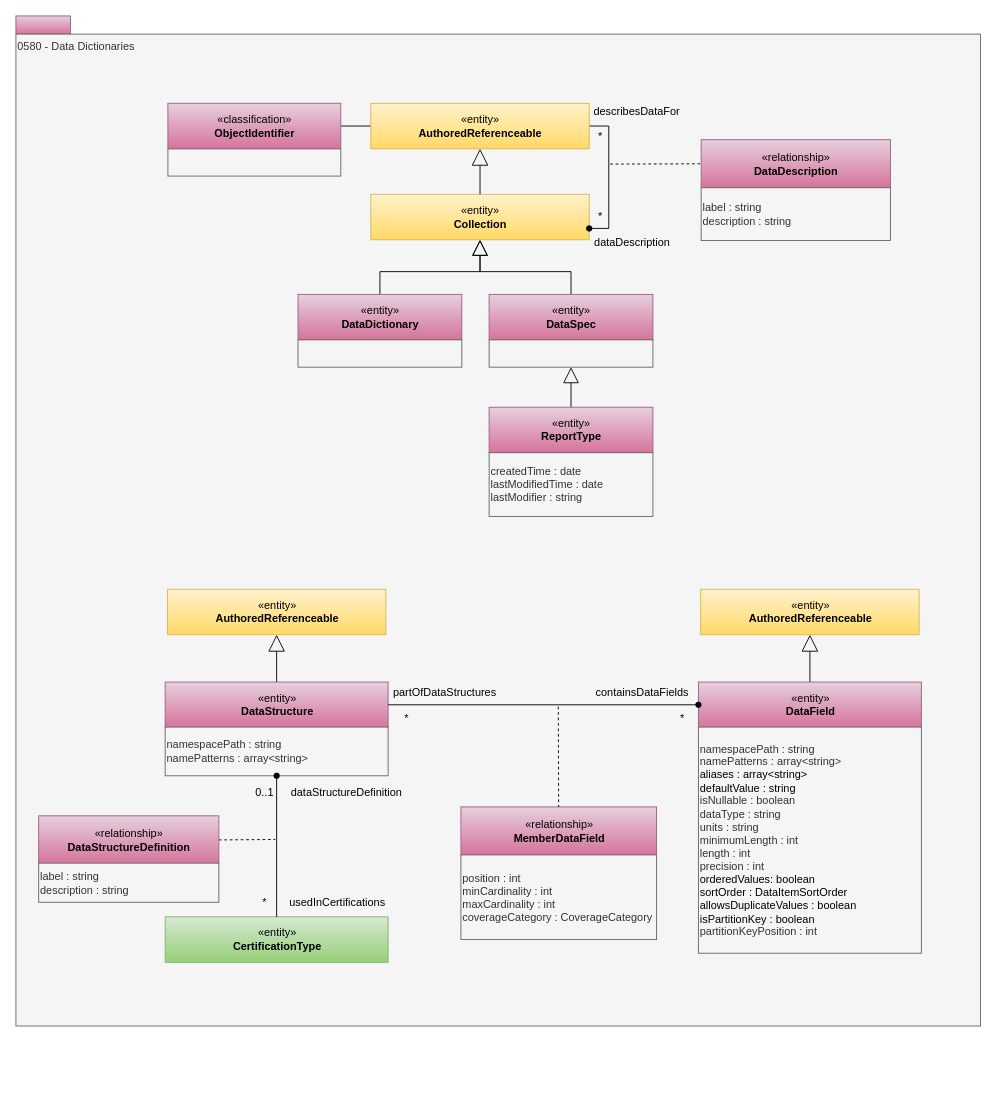
The draw.io diagram page "0580-Data-Dictionaries" (31 of 34) of site/docs/types/5/area-5-models-and-schema.drawio in odpi/egeria-docs, before the edit. Source tidied: cells renumbered, new cells numbered last; positions are measured from the earlier drawing's top-left corner, leaving out a move shared by most shapes. Both pictures are drawn from the tidied source at 91%, with x=0, y=0 at pixel (15, 15).
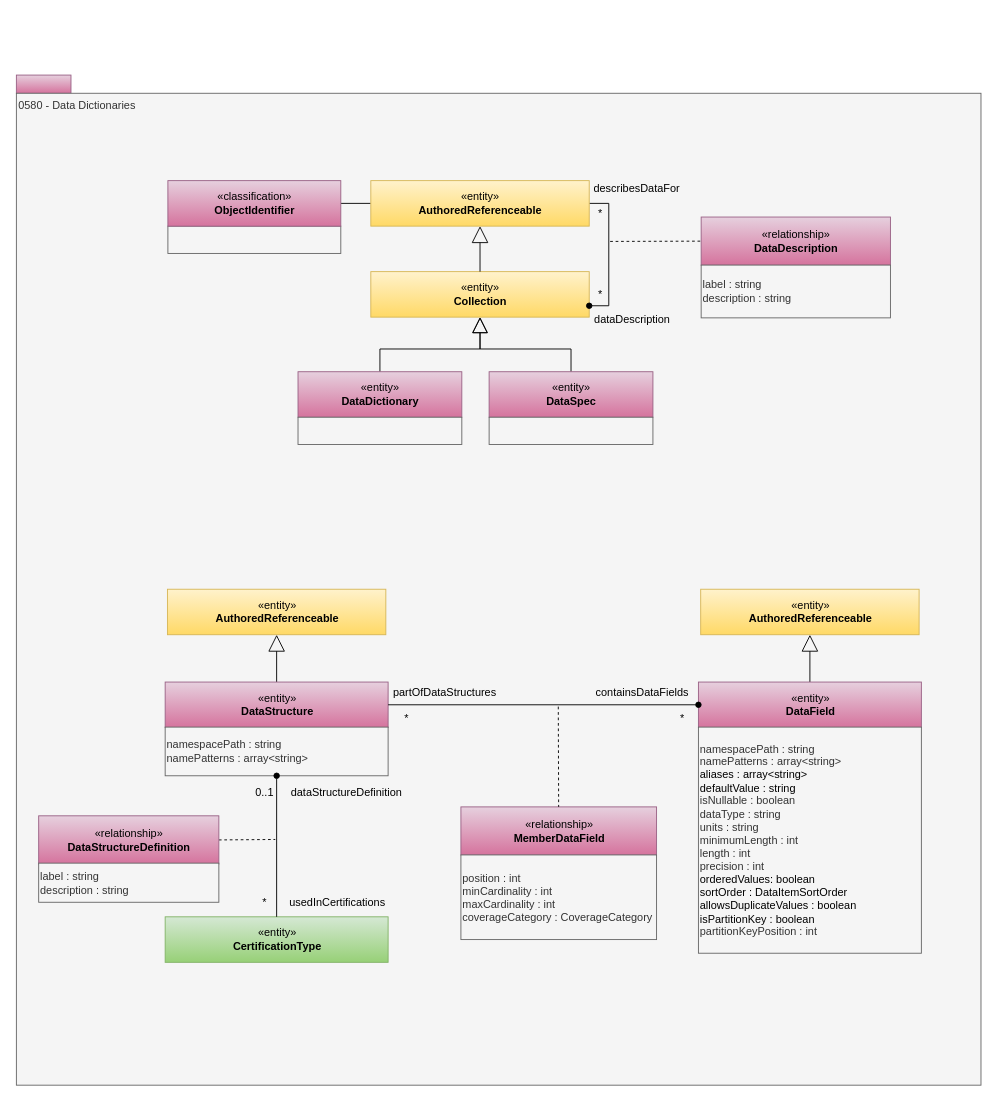
Above is the later version.

What changed in the source:
```diff
@@
     <mxCell id="2" style="rounded=0;whiteSpace=wrap;html=1;align=left;fillColor=#e6d0de;strokeColor=#996185;gradientColor=#d5739d;" parent="1" vertex="1">
-      <mxGeometry width="60" height="20" as="geometry" />
+      <mxGeometry x="0.5" y="65" width="60" height="20" as="geometry" />
     </mxCell>
     <mxCell id="3" value="0580 - Data Dictionaries" style="rounded=0;whiteSpace=wrap;html=1;align=left;verticalAlign=top;fillColor=#f5f5f5;fontColor=#333333;strokeColor=#666666;" parent="1" vertex="1">
-      <mxGeometry y="20" width="1060" height="1090" as="geometry" />
+      <mxGeometry x="0.5" y="85" width="1060" height="1090" as="geometry" />
     </mxCell>
@@
     <mxCell id="9" value="«entity»&lt;br&gt;&lt;b&gt;Collection&lt;/b&gt;" style="html=1;strokeColor=#d6b656;align=center;fillColor=#fff2cc;gradientColor=#ffd966;" parent="1" vertex="1">
-      <mxGeometry x="390" y="196" width="240" height="50" as="geometry" />
+      <mxGeometry x="390" y="281" width="240" height="50" as="geometry" />
     </mxCell>
     <mxCell id="10" value="«entity»&lt;br&gt;&lt;b&gt;DataSpec&lt;/b&gt;" style="html=1;strokeColor=#996185;align=center;fillColor=#e6d0de;gradientColor=#d5739d;" parent="1" vertex="1">
-      <mxGeometry x="520" y="306" width="180" height="50" as="geometry" />
+      <mxGeometry x="520" y="391" width="180" height="50" as="geometry" />
     </mxCell>
     <mxCell id="11" style="rounded=0;whiteSpace=wrap;html=1;align=left;fillColor=#f5f5f5;fontColor=#333333;strokeColor=#666666;" parent="1" vertex="1">
-      <mxGeometry x="520" y="356" width="180" height="30" as="geometry" />
+      <mxGeometry x="520" y="441" width="180" height="30" as="geometry" />
     </mxCell>
@@
     <mxCell id="17" value="«entity»&lt;br&gt;&lt;b&gt;DataDictionary&lt;/b&gt;" style="html=1;strokeColor=#996185;align=center;fillColor=#e6d0de;gradientColor=#d5739d;" parent="1" vertex="1">
-      <mxGeometry x="310" y="306" width="180" height="50" as="geometry" />
+      <mxGeometry x="310" y="391" width="180" height="50" as="geometry" />
     </mxCell>
     <mxCell id="18" style="rounded=0;whiteSpace=wrap;html=1;align=left;fillColor=#f5f5f5;fontColor=#333333;strokeColor=#666666;" parent="1" vertex="1">
-      <mxGeometry x="310" y="356" width="180" height="30" as="geometry" />
+      <mxGeometry x="310" y="441" width="180" height="30" as="geometry" />
     </mxCell>
@@
     <mxCell id="36" value="*" style="text;html=1;align=center;verticalAlign=middle;strokeColor=none;fillColor=none;" parent="1" vertex="1">
-      <mxGeometry x="630" y="208" width="23" height="26" as="geometry" />
+      <mxGeometry x="630" y="293" width="23" height="26" as="geometry" />
     </mxCell>
     <mxCell id="37" value="*" style="text;html=1;align=center;verticalAlign=middle;strokeColor=none;fillColor=none;" parent="1" vertex="1">
-      <mxGeometry x="630" y="120" width="23" height="26" as="geometry" />
+      <mxGeometry x="630" y="205" width="23" height="26" as="geometry" />
     </mxCell>
     <mxCell id="38" style="edgeStyle=orthogonalEdgeStyle;rounded=0;jettySize=auto;html=1;exitX=1;exitY=0.75;exitDx=0;exitDy=0;entryX=1;entryY=0.5;entryDx=0;entryDy=0;endArrow=none;endFill=0;startArrow=oval;startFill=1;" parent="1" edge="1" source="9" target="46">
       <mxGeometry relative="1" as="geometry">
         <Array as="points">
-          <mxPoint x="651.5" y="234" />
-          <mxPoint x="651.5" y="121" />
+          <mxPoint x="651.5" y="319" />
+          <mxPoint x="651.5" y="206" />
         </Array>
       </mxGeometry>
     </mxCell>
     <mxCell id="39" value="«relationship»&lt;br&gt;&lt;b&gt;DataDescription&lt;/b&gt;" style="html=1;strokeColor=#996185;align=center;fillColor=#e6d0de;gradientColor=#d5739d;" parent="1" vertex="1">
-      <mxGeometry x="753" y="136" width="208" height="53" as="geometry" />
+      <mxGeometry x="753" y="221" width="208" height="53" as="geometry" />
     </mxCell>
     <mxCell id="40" style="endArrow=none;dashed=1;html=1;entryX=0;entryY=0.5;entryDx=0;entryDy=0;" parent="1" edge="1" target="39">
       <mxGeometry relative="1" as="geometry">
-        <mxPoint x="653" y="162.8" as="sourcePoint" />
+        <mxPoint x="653" y="247.8" as="sourcePoint" />
       </mxGeometry>
     </mxCell>
     <mxCell id="41" value="label : string&lt;div&gt;description : string&lt;/div&gt;" style="rounded=0;whiteSpace=wrap;html=1;align=left;fillColor=#f5f5f5;fontColor=#333333;strokeColor=#666666;" parent="1" vertex="1">
-      <mxGeometry x="753" y="188.8" width="208" height="58" as="geometry" />
+      <mxGeometry x="753" y="273.8" width="208" height="58" as="geometry" />
     </mxCell>
     <mxCell id="42" value="&lt;br&gt;&lt;div style=&quot;text-align: left&quot;&gt;&lt;/div&gt;" style="rounded=0;whiteSpace=wrap;html=1;strokeColor=#666666;align=left;fillColor=#f5f5f5;fontColor=#333333;" parent="1" vertex="1">
-      <mxGeometry x="167" y="146" width="190" height="30" as="geometry" />
+      <mxGeometry x="167" y="231" width="190" height="30" as="geometry" />
     </mxCell>
@@
     <mxCell id="44" value="«classification»&lt;br&gt;&lt;b&gt;ObjectIdentifier&lt;/b&gt;" style="html=1;strokeColor=#996185;align=center;fillColor=#e6d0de;gradientColor=#d5739d;" parent="1" vertex="1">
-      <mxGeometry x="167" y="96" width="190" height="50" as="geometry" />
+      <mxGeometry x="167" y="181" width="190" height="50" as="geometry" />
     </mxCell>
@@
     <mxCell id="46" value="«entity»&lt;br&gt;&lt;b&gt;AuthoredReferenceable&lt;/b&gt;" style="html=1;strokeColor=#d6b656;align=center;fillColor=#fff2cc;gradientColor=#ffd966;" parent="1" vertex="1">
-      <mxGeometry x="390" y="96" width="240" height="50" as="geometry" />
+      <mxGeometry x="390" y="181" width="240" height="50" as="geometry" />
     </mxCell>
     <mxCell id="47" value="describesDataFor" style="text;html=1;align=center;verticalAlign=middle;strokeColor=none;fillColor=none;" parent="1" vertex="1">
-      <mxGeometry x="622" y="90" width="120" height="30" as="geometry" />
+      <mxGeometry x="622" y="175" width="120" height="30" as="geometry" />
     </mxCell>
     <mxCell id="48" value="dataDescription" style="text;html=1;align=center;verticalAlign=middle;strokeColor=none;fillColor=none;" parent="1" vertex="1">
-      <mxGeometry x="622" y="234" width="110" height="30" as="geometry" />
+      <mxGeometry x="622" y="319" width="110" height="30" as="geometry" />
     </mxCell>
-    <mxCell id="49" style="edgeStyle=orthogonalEdgeStyle;rounded=0;jettySize=auto;html=1;entryX=0.5;entryY=0;entryDx=0;entryDy=0;endArrow=none;endFill=0;startArrow=block;startFill=0;startSize=15;exitX=0.5;exitY=1;exitDx=0;exitDy=0;" parent="1" edge="1" source="11" target="50">
-      <mxGeometry relative="1" as="geometry" />
-    </mxCell>
-    <mxCell id="50" value="«entity»&lt;br&gt;&lt;b&gt;ReportType&lt;/b&gt;" style="html=1;strokeColor=#996185;align=center;fillColor=#e6d0de;gradientColor=#d5739d;" parent="1" vertex="1">
-      <mxGeometry x="520" y="430" width="180" height="50" as="geometry" />
-    </mxCell>
-    <mxCell id="51" value="&lt;div&gt;createdTime : date&lt;br&gt;lastModifiedTime : date&lt;br&gt;lastModifier : string&lt;/div&gt;" style="rounded=0;whiteSpace=wrap;html=1;strokeColor=#666666;align=left;fillColor=#f5f5f5;fontColor=#333333;" parent="1" vertex="1">
-      <mxGeometry x="520" y="480" width="180" height="70" as="geometry" />
-    </mxCell>
```
